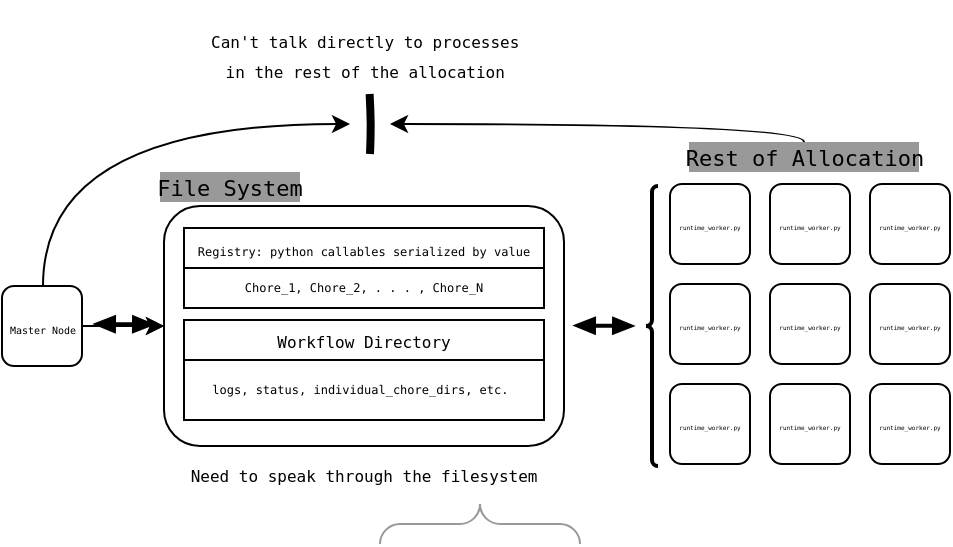
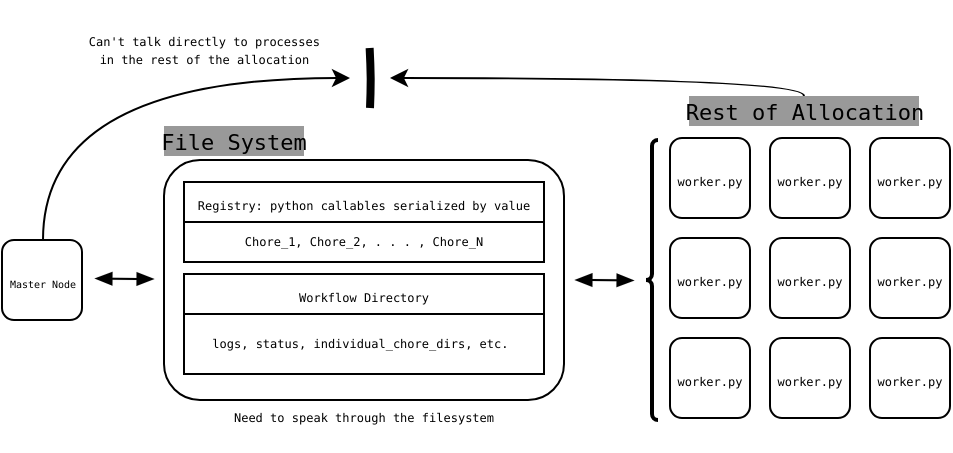
<mxfile host="app.diagrams.net">
  <diagram name="Page-1" id="srKzzdfPfRxAWec0XrL1">
-     <mxGraphModel dx="719" dy="487" grid="1" gridSize="10" guides="1" tooltips="1" connect="1" arrows="1" fold="1" page="1" pageScale="1" pageWidth="850" pageHeight="1100" background="light-dark(#FFFFFF,#FFFFFF)" math="0" shadow="0">
+     <mxGraphModel dx="679" dy="460" grid="1" gridSize="10" guides="1" tooltips="1" connect="1" arrows="1" fold="1" page="1" pageScale="1" pageWidth="850" pageHeight="1100" background="light-dark(#FFFFFF,#FFFFFF)" math="0" shadow="0">
      <root>
        <mxCell id="0" />
        <mxCell id="1" parent="0" />
-         <mxCell id="Becst2LBTz6YNq2Ue2FC-55" parent="1" style="verticalLabelPosition=bottom;shadow=0;dashed=0;align=center;html=1;verticalAlign=top;strokeWidth=1;shape=mxgraph.mockup.markup.curlyBrace;whiteSpace=wrap;strokeColor=light-dark(#999999,#FFFFFF);" value="" vertex="1">
-           <mxGeometry height="20" width="100" x="375" y="650" as="geometry" />
-         </mxCell>
        <mxCell id="Becst2LBTz6YNq2Ue2FC-52" parent="1" style="rounded=1;whiteSpace=wrap;html=1;fillColor=light-dark(#FFFFFF,#FFFFFF);strokeColor=light-dark(#000000,#1A1A1A);" value="" vertex="1">
          <mxGeometry height="120" width="200" x="267" y="501" as="geometry" />
-         </mxCell>
-         <mxCell id="Becst2LBTz6YNq2Ue2FC-62" edge="1" parent="1" source="Becst2LBTz6YNq2Ue2FC-56" style="edgeStyle=orthogonalEdgeStyle;rounded=0;orthogonalLoop=1;jettySize=auto;html=1;" target="Becst2LBTz6YNq2Ue2FC-52" value="">
-           <mxGeometry relative="1" as="geometry" />
-         </mxCell>
-         <mxCell id="Becst2LBTz6YNq2Ue2FC-63" edge="1" parent="1" source="Becst2LBTz6YNq2Ue2FC-56" style="edgeStyle=orthogonalEdgeStyle;rounded=0;orthogonalLoop=1;jettySize=auto;html=1;" target="Becst2LBTz6YNq2Ue2FC-52" value="">
-           <mxGeometry relative="1" as="geometry" />
        </mxCell>
        <mxCell id="Becst2LBTz6YNq2Ue2FC-56" parent="1" style="rounded=1;whiteSpace=wrap;html=1;fillColor=light-dark(#FFFFFF,#FFFFFF);strokeColor=light-dark(#000000,#1A1A1A);" value="" vertex="1">
          <mxGeometry height="40" width="40" x="186" y="541" as="geometry" />
        </mxCell>
        <mxCell id="Becst2LBTz6YNq2Ue2FC-60" edge="1" parent="1" style="endArrow=none;html=1;rounded=1;strokeColor=light-dark(#000000,#FF3333);strokeWidth=4;edgeStyle=orthogonalEdgeStyle;curved=0;" value="">
          <mxGeometry height="50" relative="1" width="50" as="geometry">
            <mxPoint x="370" y="475" as="sourcePoint" />
            <mxPoint x="369.82000000000005" y="445" as="targetPoint" />
          </mxGeometry>
        </mxCell>
-         <mxCell id="Becst2LBTz6YNq2Ue2FC-72" edge="1" parent="1" style="shape=flexArrow;endArrow=classic;startArrow=classic;html=1;rounded=0;strokeColor=light-dark(#000000,#00CC00);width=1;startSize=3;startWidth=6;endWidth=6;endSize=3;fillColor=light-dark(#000000,#00CC00);" value="">
+         <mxCell id="Becst2LBTz6YNq2Ue2FC-72" edge="1" parent="1" style="shape=flexArrow;endArrow=classic;startArrow=classic;html=1;rounded=0;strokeColor=light-dark(#000000,#00CC00);width=1;startSize=3;startWidth=6;endWidth=6;endSize=3;fillColor=light-dark(#000000,#00CC00);strokeWidth=0;" value="">
          <mxGeometry height="100" relative="1" width="100" as="geometry">
            <mxPoint x="472" y="560.7299999999999" as="sourcePoint" />
            <mxPoint x="502" y="561" as="targetPoint" />
          </mxGeometry>
        </mxCell>
        <mxCell id="Becst2LBTz6YNq2Ue2FC-74" parent="1" style="verticalLabelPosition=bottom;shadow=0;dashed=0;align=center;html=1;verticalAlign=top;strokeWidth=2;shape=mxgraph.mockup.markup.curlyBrace;whiteSpace=wrap;strokeColor=light-dark(#000000,#1A1A1A);rotation=-90;" value="" vertex="1">
          <mxGeometry height="6" width="140" x="441" y="558" as="geometry" />
        </mxCell>
-         <mxCell id="Becst2LBTz6YNq2Ue2FC-75" edge="1" parent="1" style="shape=flexArrow;endArrow=classic;startArrow=classic;html=1;rounded=0;strokeColor=light-dark(#000000,#00CC00);width=1;startSize=3;startWidth=6;endWidth=6;endSize=3;fillColor=light-dark(#000000,#00CC00);" value="">
+         <mxCell id="Becst2LBTz6YNq2Ue2FC-75" edge="1" parent="1" style="shape=flexArrow;endArrow=classic;startArrow=classic;html=1;rounded=0;strokeColor=light-dark(#000000,#00CC00);width=1;startSize=3;startWidth=6;endWidth=6;endSize=3;fillColor=light-dark(#000000,#00CC00);strokeWidth=0;" value="">
          <mxGeometry height="100" relative="1" width="100" as="geometry">
            <mxPoint x="232" y="560" as="sourcePoint" />
            <mxPoint x="262" y="560.2700000000001" as="targetPoint" />
          </mxGeometry>
        </mxCell>
        <mxCell id="Becst2LBTz6YNq2Ue2FC-78" parent="1" style="text;html=1;whiteSpace=wrap;strokeColor=none;fillColor=light-dark(#999999,transparent);align=center;verticalAlign=middle;rounded=0;" value="&lt;pre&gt;&lt;font style=&quot;color: light-dark(rgb(0, 0, 0), rgb(0, 0, 0)); font-size: 11px;&quot;&gt;File System&lt;/font&gt;&lt;/pre&gt;" vertex="1">
-           <mxGeometry height="15" width="70" x="265" y="484" as="geometry" />
+           <mxGeometry height="15" width="70" x="267" y="484" as="geometry" />
        </mxCell>
        <mxCell id="Becst2LBTz6YNq2Ue2FC-85" parent="1" style="swimlane;fontStyle=0;childLayout=stackLayout;horizontal=1;startSize=20;horizontalStack=0;resizeParent=1;resizeParentMax=0;resizeLast=0;collapsible=1;marginBottom=0;whiteSpace=wrap;html=1;fillColor=light-dark(#FFFFFF,#FFFFFF);strokeColor=light-dark(#000000,#000000);align=center;" value="&lt;pre&gt;&lt;font style=&quot;color: light-dark(rgb(0, 0, 0), rgb(0, 0, 0)); line-height: 0%; font-size: 6px;&quot;&gt;Registry: python callables serialized by value&lt;/font&gt;&lt;/pre&gt;" vertex="1">
          <mxGeometry height="40" width="180" x="277" y="512" as="geometry">
            <mxRectangle height="30" width="200" x="375" y="473" as="alternateBounds" />
          </mxGeometry>
        </mxCell>
-         <mxCell id="Becst2LBTz6YNq2Ue2FC-93" parent="1" style="swimlane;fontStyle=0;childLayout=stackLayout;horizontal=1;startSize=20;horizontalStack=0;resizeParent=1;resizeParentMax=0;resizeLast=0;collapsible=1;marginBottom=0;whiteSpace=wrap;html=1;fillColor=light-dark(#FFFFFF,#FFFFFF);strokeColor=light-dark(#000000,#000000);align=center;" value="&lt;pre&gt;&lt;font style=&quot;color: light-dark(rgb(0, 0, 0), rgb(0, 0, 0)); font-size: 8px;&quot;&gt;Workflow Directory&lt;/font&gt;&lt;/pre&gt;" vertex="1">
+         <mxCell id="Becst2LBTz6YNq2Ue2FC-93" parent="1" style="swimlane;fontStyle=0;childLayout=stackLayout;horizontal=1;startSize=20;horizontalStack=0;resizeParent=1;resizeParentMax=0;resizeLast=0;collapsible=1;marginBottom=0;whiteSpace=wrap;html=1;fillColor=light-dark(#FFFFFF,#FFFFFF);strokeColor=light-dark(#000000,#000000);align=center;" value="&lt;pre&gt;&lt;font style=&quot;color: light-dark(rgb(0, 0, 0), rgb(0, 0, 0)); font-size: 6px;&quot;&gt;Workflow Directory&lt;/font&gt;&lt;/pre&gt;" vertex="1">
          <mxGeometry height="50" width="180" x="277" y="558" as="geometry">
            <mxRectangle height="30" width="200" x="375" y="473" as="alternateBounds" />
          </mxGeometry>
        </mxCell>
        <mxCell id="Becst2LBTz6YNq2Ue2FC-96" parent="1" style="text;html=1;whiteSpace=wrap;strokeColor=none;fillColor=none;align=center;verticalAlign=middle;rounded=0;textDirection=ltr;" value="&lt;pre&gt;&lt;font style=&quot;color: light-dark(rgb(0, 0, 0), rgb(0, 0, 0)); font-size: 6px;&quot;&gt;logs, status, individual_chore_dirs, etc.&amp;nbsp;&lt;/font&gt;&lt;/pre&gt;" vertex="1">
          <mxGeometry height="30" width="160" x="287" y="576" as="geometry" />
        </mxCell>
-         <mxCell id="RORCqpFKiqUQRN4vatp6-34" edge="1" parent="1" source="Becst2LBTz6YNq2Ue2FC-98" style="edgeStyle=orthogonalEdgeStyle;rounded=0;orthogonalLoop=1;jettySize=auto;html=1;exitX=0.5;exitY=0;exitDx=0;exitDy=0;curved=1;strokeColor=light-dark(#000000,#000000);">
+         <mxCell id="RORCqpFKiqUQRN4vatp6-34" edge="1" parent="1" source="Becst2LBTz6YNq2Ue2FC-98" style="edgeStyle=orthogonalEdgeStyle;rounded=0;orthogonalLoop=1;jettySize=auto;html=1;exitX=0.5;exitY=0;exitDx=0;exitDy=0;curved=1;strokeColor=light-dark(#000000,#000000);strokeWidth=1;">
          <mxGeometry relative="1" as="geometry">
            <Array as="points">
              <mxPoint x="587" y="460" />
            </Array>
            <mxPoint x="380" y="460" as="targetPoint" />
          </mxGeometry>
        </mxCell>
        <mxCell id="Becst2LBTz6YNq2Ue2FC-98" parent="1" style="text;html=1;whiteSpace=wrap;strokeColor=none;fillColor=light-dark(#999999,transparent);align=center;verticalAlign=middle;rounded=0;" value="&lt;pre&gt;&lt;font style=&quot;color: light-dark(rgb(0, 0, 0), rgb(0, 0, 0)); font-size: 11px;&quot;&gt;Rest of Allocation&lt;/font&gt;&lt;/pre&gt;" vertex="1">
          <mxGeometry height="15" width="115" x="529.5" y="469" as="geometry" />
        </mxCell>
        <mxCell id="RORCqpFKiqUQRN4vatp6-33" edge="1" parent="1" source="RORCqpFKiqUQRN4vatp6-28" style="edgeStyle=orthogonalEdgeStyle;rounded=0;orthogonalLoop=1;jettySize=auto;html=1;exitX=0.5;exitY=0;exitDx=0;exitDy=0;curved=1;fontColor=light-dark(#000000,#000000);strokeWidth=1;strokeColor=light-dark(#000000,#000000);">
          <mxGeometry relative="1" as="geometry">
            <Array as="points">
              <mxPoint x="207" y="460" />
            </Array>
            <mxPoint x="360" y="460" as="targetPoint" />
          </mxGeometry>
        </mxCell>
        <mxCell id="RORCqpFKiqUQRN4vatp6-28" parent="1" style="text;html=1;whiteSpace=wrap;strokeColor=none;fillColor=none;align=center;verticalAlign=middle;rounded=0;labelPosition=center;verticalLabelPosition=middle;" value="&lt;pre style=&quot;line-height: 100%;&quot;&gt;&lt;font style=&quot;color: light-dark(rgb(0, 0, 0), rgb(0, 0, 0)); line-height: 0%; font-size: 5px;&quot;&gt;Master Node&lt;/font&gt;&lt;/pre&gt;" vertex="1">
          <mxGeometry height="38" width="39" x="187" y="541" as="geometry" />
        </mxCell>
        <mxCell id="RORCqpFKiqUQRN4vatp6-29" connectable="0" parent="1" style="group" value="" vertex="1">
          <mxGeometry height="140" width="140" x="520" y="490" as="geometry" />
        </mxCell>
        <mxCell id="RORCqpFKiqUQRN4vatp6-5" connectable="0" parent="RORCqpFKiqUQRN4vatp6-29" style="group" value="" vertex="1">
          <mxGeometry height="40" width="40" as="geometry" />
        </mxCell>
        <mxCell id="RORCqpFKiqUQRN4vatp6-1" parent="RORCqpFKiqUQRN4vatp6-5" style="rounded=1;whiteSpace=wrap;html=1;fillColor=light-dark(#FFFFFF,#FFFFFF);strokeColor=light-dark(#000000,#1A1A1A);" value="" vertex="1">
          <mxGeometry height="40" width="40" as="geometry" />
        </mxCell>
-         <mxCell id="RORCqpFKiqUQRN4vatp6-2" parent="RORCqpFKiqUQRN4vatp6-5" style="text;html=1;whiteSpace=wrap;strokeColor=none;fillColor=none;align=center;verticalAlign=middle;rounded=0;" value="&lt;pre style=&quot;line-height: 0%;&quot;&gt;&lt;font style=&quot;color: light-dark(rgb(0, 0, 0), rgb(0, 0, 0));&quot;&gt;&lt;font style=&quot;font-size: 3px;&quot;&gt;runtime_worker.py&lt;br&gt;&lt;/font&gt;&lt;br&gt;&lt;/font&gt;&lt;/pre&gt;" vertex="1">
+         <mxCell id="RORCqpFKiqUQRN4vatp6-2" parent="RORCqpFKiqUQRN4vatp6-5" style="text;html=1;whiteSpace=wrap;strokeColor=none;fillColor=none;align=center;verticalAlign=middle;rounded=0;" value="&lt;pre style=&quot;line-height: 0%;&quot;&gt;&lt;font style=&quot;font-size: 6px;&quot;&gt;worker.py&lt;/font&gt;&lt;/pre&gt;" vertex="1">
          <mxGeometry height="40" width="40" as="geometry" />
        </mxCell>
        <mxCell id="RORCqpFKiqUQRN4vatp6-6" connectable="0" parent="RORCqpFKiqUQRN4vatp6-29" style="group" value="" vertex="1">
          <mxGeometry height="40" width="40" x="50" as="geometry" />
        </mxCell>
        <mxCell id="RORCqpFKiqUQRN4vatp6-3" parent="RORCqpFKiqUQRN4vatp6-6" style="rounded=1;whiteSpace=wrap;html=1;fillColor=light-dark(#FFFFFF,#FFFFFF);strokeColor=light-dark(#000000,#1A1A1A);" value="" vertex="1">
          <mxGeometry height="40" width="40" as="geometry" />
        </mxCell>
-         <mxCell id="RORCqpFKiqUQRN4vatp6-4" parent="RORCqpFKiqUQRN4vatp6-6" style="text;html=1;whiteSpace=wrap;strokeColor=none;fillColor=none;align=center;verticalAlign=middle;rounded=0;" value="&lt;pre style=&quot;line-height: 0%;&quot;&gt;&lt;font style=&quot;color: light-dark(rgb(0, 0, 0), rgb(0, 0, 0));&quot;&gt;&lt;font style=&quot;font-size: 3px;&quot;&gt;runtime_worker.py&lt;br&gt;&lt;/font&gt;&lt;br&gt;&lt;/font&gt;&lt;/pre&gt;" vertex="1">
+         <mxCell id="RORCqpFKiqUQRN4vatp6-4" parent="RORCqpFKiqUQRN4vatp6-6" style="text;html=1;whiteSpace=wrap;strokeColor=none;fillColor=none;align=center;verticalAlign=middle;rounded=0;" value="&lt;pre style=&quot;line-height: 0%;&quot;&gt;&lt;font style=&quot;color: light-dark(rgb(0, 0, 0), rgb(0, 0, 0)); font-size: 6px;&quot;&gt;worker.py&lt;/font&gt;&lt;/pre&gt;" vertex="1">
          <mxGeometry height="40" width="40" as="geometry" />
        </mxCell>
        <mxCell id="RORCqpFKiqUQRN4vatp6-7" connectable="0" parent="RORCqpFKiqUQRN4vatp6-29" style="group" value="" vertex="1">
          <mxGeometry height="40" width="40" x="100" as="geometry" />
        </mxCell>
        <mxCell id="RORCqpFKiqUQRN4vatp6-8" parent="RORCqpFKiqUQRN4vatp6-7" style="rounded=1;whiteSpace=wrap;html=1;fillColor=light-dark(#FFFFFF,#FFFFFF);strokeColor=light-dark(#000000,#1A1A1A);" value="" vertex="1">
          <mxGeometry height="40" width="40" as="geometry" />
        </mxCell>
-         <mxCell id="RORCqpFKiqUQRN4vatp6-9" parent="RORCqpFKiqUQRN4vatp6-7" style="text;html=1;whiteSpace=wrap;strokeColor=none;fillColor=none;align=center;verticalAlign=middle;rounded=0;" value="&lt;pre style=&quot;line-height: 0%;&quot;&gt;&lt;font style=&quot;color: light-dark(rgb(0, 0, 0), rgb(0, 0, 0));&quot;&gt;&lt;font style=&quot;font-size: 3px;&quot;&gt;runtime_worker.py&lt;br&gt;&lt;/font&gt;&lt;br&gt;&lt;/font&gt;&lt;/pre&gt;" vertex="1">
+         <mxCell id="RORCqpFKiqUQRN4vatp6-9" parent="RORCqpFKiqUQRN4vatp6-7" style="text;html=1;whiteSpace=wrap;strokeColor=none;fillColor=none;align=center;verticalAlign=middle;rounded=0;" value="&lt;pre style=&quot;line-height: 0%;&quot;&gt;&lt;font style=&quot;color: light-dark(rgb(0, 0, 0), rgb(0, 0, 0)); font-size: 6px;&quot;&gt;worker.py&lt;/font&gt;&lt;/pre&gt;" vertex="1">
          <mxGeometry height="40" width="40" as="geometry" />
        </mxCell>
        <mxCell id="RORCqpFKiqUQRN4vatp6-10" connectable="0" parent="RORCqpFKiqUQRN4vatp6-29" style="group" value="" vertex="1">
          <mxGeometry height="40" width="40" y="50" as="geometry" />
        </mxCell>
        <mxCell id="RORCqpFKiqUQRN4vatp6-11" parent="RORCqpFKiqUQRN4vatp6-10" style="rounded=1;whiteSpace=wrap;html=1;fillColor=light-dark(#FFFFFF,#FFFFFF);strokeColor=light-dark(#000000,#1A1A1A);" value="" vertex="1">
          <mxGeometry height="40" width="40" as="geometry" />
        </mxCell>
-         <mxCell id="RORCqpFKiqUQRN4vatp6-12" parent="RORCqpFKiqUQRN4vatp6-10" style="text;html=1;whiteSpace=wrap;strokeColor=none;fillColor=none;align=center;verticalAlign=middle;rounded=0;" value="&lt;pre style=&quot;line-height: 0%;&quot;&gt;&lt;font style=&quot;color: light-dark(rgb(0, 0, 0), rgb(0, 0, 0));&quot;&gt;&lt;font style=&quot;font-size: 3px;&quot;&gt;runtime_worker.py&lt;br&gt;&lt;/font&gt;&lt;br&gt;&lt;/font&gt;&lt;/pre&gt;" vertex="1">
+         <mxCell id="RORCqpFKiqUQRN4vatp6-12" parent="RORCqpFKiqUQRN4vatp6-10" style="text;html=1;whiteSpace=wrap;strokeColor=none;fillColor=none;align=center;verticalAlign=middle;rounded=0;" value="&lt;pre style=&quot;line-height: 0%;&quot;&gt;&lt;font style=&quot;color: light-dark(rgb(0, 0, 0), rgb(0, 0, 0)); font-size: 6px;&quot;&gt;worker.py&lt;/font&gt;&lt;/pre&gt;" vertex="1">
          <mxGeometry height="40" width="40" as="geometry" />
        </mxCell>
        <mxCell id="RORCqpFKiqUQRN4vatp6-13" connectable="0" parent="RORCqpFKiqUQRN4vatp6-29" style="group" value="" vertex="1">
          <mxGeometry height="40" width="40" x="50" y="50" as="geometry" />
        </mxCell>
        <mxCell id="RORCqpFKiqUQRN4vatp6-14" parent="RORCqpFKiqUQRN4vatp6-13" style="rounded=1;whiteSpace=wrap;html=1;fillColor=light-dark(#FFFFFF,#FFFFFF);strokeColor=light-dark(#000000,#1A1A1A);" value="" vertex="1">
          <mxGeometry height="40" width="40" as="geometry" />
        </mxCell>
-         <mxCell id="RORCqpFKiqUQRN4vatp6-15" parent="RORCqpFKiqUQRN4vatp6-13" style="text;html=1;whiteSpace=wrap;strokeColor=none;fillColor=none;align=center;verticalAlign=middle;rounded=0;" value="&lt;pre style=&quot;line-height: 0%;&quot;&gt;&lt;font style=&quot;color: light-dark(rgb(0, 0, 0), rgb(0, 0, 0));&quot;&gt;&lt;font style=&quot;font-size: 3px;&quot;&gt;runtime_worker.py&lt;br&gt;&lt;/font&gt;&lt;br&gt;&lt;/font&gt;&lt;/pre&gt;" vertex="1">
+         <mxCell id="RORCqpFKiqUQRN4vatp6-15" parent="RORCqpFKiqUQRN4vatp6-13" style="text;html=1;whiteSpace=wrap;strokeColor=none;fillColor=none;align=center;verticalAlign=middle;rounded=0;" value="&lt;pre style=&quot;line-height: 0%;&quot;&gt;&lt;font style=&quot;color: light-dark(rgb(0, 0, 0), rgb(0, 0, 0)); font-size: 6px;&quot;&gt;worker.py&lt;/font&gt;&lt;/pre&gt;" vertex="1">
          <mxGeometry height="40" width="40" as="geometry" />
        </mxCell>
        <mxCell id="RORCqpFKiqUQRN4vatp6-16" connectable="0" parent="RORCqpFKiqUQRN4vatp6-29" style="group" value="" vertex="1">
          <mxGeometry height="40" width="40" x="100" y="50" as="geometry" />
        </mxCell>
        <mxCell id="RORCqpFKiqUQRN4vatp6-17" parent="RORCqpFKiqUQRN4vatp6-16" style="rounded=1;whiteSpace=wrap;html=1;fillColor=light-dark(#FFFFFF,#FFFFFF);strokeColor=light-dark(#000000,#1A1A1A);" value="" vertex="1">
          <mxGeometry height="40" width="40" as="geometry" />
        </mxCell>
-         <mxCell id="RORCqpFKiqUQRN4vatp6-18" parent="RORCqpFKiqUQRN4vatp6-16" style="text;html=1;whiteSpace=wrap;strokeColor=none;fillColor=none;align=center;verticalAlign=middle;rounded=0;" value="&lt;pre style=&quot;line-height: 0%;&quot;&gt;&lt;font style=&quot;color: light-dark(rgb(0, 0, 0), rgb(0, 0, 0));&quot;&gt;&lt;font style=&quot;font-size: 3px;&quot;&gt;runtime_worker.py&lt;br&gt;&lt;/font&gt;&lt;br&gt;&lt;/font&gt;&lt;/pre&gt;" vertex="1">
+         <mxCell id="RORCqpFKiqUQRN4vatp6-18" parent="RORCqpFKiqUQRN4vatp6-16" style="text;html=1;whiteSpace=wrap;strokeColor=none;fillColor=none;align=center;verticalAlign=middle;rounded=0;" value="&lt;pre style=&quot;line-height: 0%;&quot;&gt;&lt;font style=&quot;color: light-dark(rgb(0, 0, 0), rgb(0, 0, 0)); font-size: 6px;&quot;&gt;worker.py&lt;/font&gt;&lt;/pre&gt;" vertex="1">
          <mxGeometry height="40" width="40" as="geometry" />
        </mxCell>
        <mxCell id="RORCqpFKiqUQRN4vatp6-19" connectable="0" parent="RORCqpFKiqUQRN4vatp6-29" style="group" value="" vertex="1">
          <mxGeometry height="40" width="40" y="100" as="geometry" />
        </mxCell>
        <mxCell id="RORCqpFKiqUQRN4vatp6-20" parent="RORCqpFKiqUQRN4vatp6-19" style="rounded=1;whiteSpace=wrap;html=1;fillColor=light-dark(#FFFFFF,#FFFFFF);strokeColor=light-dark(#000000,#1A1A1A);" value="" vertex="1">
          <mxGeometry height="40" width="40" as="geometry" />
        </mxCell>
-         <mxCell id="RORCqpFKiqUQRN4vatp6-21" parent="RORCqpFKiqUQRN4vatp6-19" style="text;html=1;whiteSpace=wrap;strokeColor=none;fillColor=none;align=center;verticalAlign=middle;rounded=0;" value="&lt;pre style=&quot;line-height: 0%;&quot;&gt;&lt;font style=&quot;color: light-dark(rgb(0, 0, 0), rgb(0, 0, 0));&quot;&gt;&lt;font style=&quot;font-size: 3px;&quot;&gt;runtime_worker.py&lt;br&gt;&lt;/font&gt;&lt;br&gt;&lt;/font&gt;&lt;/pre&gt;" vertex="1">
+         <mxCell id="RORCqpFKiqUQRN4vatp6-21" parent="RORCqpFKiqUQRN4vatp6-19" style="text;html=1;whiteSpace=wrap;strokeColor=none;fillColor=none;align=center;verticalAlign=middle;rounded=0;" value="&lt;pre style=&quot;line-height: 0%;&quot;&gt;&lt;font style=&quot;color: light-dark(rgb(0, 0, 0), rgb(0, 0, 0)); font-size: 6px;&quot;&gt;worker.py&lt;/font&gt;&lt;/pre&gt;" vertex="1">
          <mxGeometry height="40" width="40" as="geometry" />
        </mxCell>
        <mxCell id="RORCqpFKiqUQRN4vatp6-22" connectable="0" parent="RORCqpFKiqUQRN4vatp6-29" style="group" value="" vertex="1">
          <mxGeometry height="40" width="40" x="50" y="100" as="geometry" />
        </mxCell>
        <mxCell id="RORCqpFKiqUQRN4vatp6-23" parent="RORCqpFKiqUQRN4vatp6-22" style="rounded=1;whiteSpace=wrap;html=1;fillColor=light-dark(#FFFFFF,#FFFFFF);strokeColor=light-dark(#000000,#1A1A1A);" value="" vertex="1">
          <mxGeometry height="40" width="40" as="geometry" />
        </mxCell>
-         <mxCell id="RORCqpFKiqUQRN4vatp6-24" parent="RORCqpFKiqUQRN4vatp6-22" style="text;html=1;whiteSpace=wrap;strokeColor=none;fillColor=none;align=center;verticalAlign=middle;rounded=0;" value="&lt;pre style=&quot;line-height: 0%;&quot;&gt;&lt;font style=&quot;color: light-dark(rgb(0, 0, 0), rgb(0, 0, 0));&quot;&gt;&lt;font style=&quot;font-size: 3px;&quot;&gt;runtime_worker.py&lt;br&gt;&lt;/font&gt;&lt;br&gt;&lt;/font&gt;&lt;/pre&gt;" vertex="1">
+         <mxCell id="RORCqpFKiqUQRN4vatp6-24" parent="RORCqpFKiqUQRN4vatp6-22" style="text;html=1;whiteSpace=wrap;strokeColor=none;fillColor=none;align=center;verticalAlign=middle;rounded=0;" value="&lt;pre style=&quot;line-height: 0%;&quot;&gt;&lt;font style=&quot;color: light-dark(rgb(0, 0, 0), rgb(0, 0, 0)); font-size: 6px;&quot;&gt;worker.py&lt;/font&gt;&lt;/pre&gt;" vertex="1">
          <mxGeometry height="40" width="40" as="geometry" />
        </mxCell>
        <mxCell id="RORCqpFKiqUQRN4vatp6-25" connectable="0" parent="RORCqpFKiqUQRN4vatp6-29" style="group" value="" vertex="1">
          <mxGeometry height="40" width="40" x="100" y="100" as="geometry" />
        </mxCell>
        <mxCell id="RORCqpFKiqUQRN4vatp6-26" parent="RORCqpFKiqUQRN4vatp6-25" style="rounded=1;whiteSpace=wrap;html=1;fillColor=light-dark(#FFFFFF,#FFFFFF);strokeColor=light-dark(#000000,#1A1A1A);" value="" vertex="1">
          <mxGeometry height="40" width="40" as="geometry" />
        </mxCell>
-         <mxCell id="RORCqpFKiqUQRN4vatp6-27" parent="RORCqpFKiqUQRN4vatp6-25" style="text;html=1;whiteSpace=wrap;strokeColor=none;fillColor=none;align=center;verticalAlign=middle;rounded=0;" value="&lt;pre style=&quot;line-height: 0%;&quot;&gt;&lt;font style=&quot;color: light-dark(rgb(0, 0, 0), rgb(0, 0, 0));&quot;&gt;&lt;font style=&quot;font-size: 3px;&quot;&gt;runtime_worker.py&lt;br&gt;&lt;/font&gt;&lt;br&gt;&lt;/font&gt;&lt;/pre&gt;" vertex="1">
+         <mxCell id="RORCqpFKiqUQRN4vatp6-27" parent="RORCqpFKiqUQRN4vatp6-25" style="text;html=1;whiteSpace=wrap;strokeColor=none;fillColor=none;align=center;verticalAlign=middle;rounded=0;" value="&lt;pre style=&quot;line-height: 0%;&quot;&gt;&lt;font style=&quot;color: light-dark(rgb(0, 0, 0), rgb(0, 0, 0)); font-size: 6px;&quot;&gt;worker.py&lt;/font&gt;&lt;/pre&gt;" vertex="1">
          <mxGeometry height="40" width="40" as="geometry" />
        </mxCell>
        <mxCell id="RORCqpFKiqUQRN4vatp6-32" parent="1" style="text;html=1;whiteSpace=wrap;strokeColor=none;fillColor=none;align=center;verticalAlign=middle;rounded=0;textDirection=ltr;" value="&lt;pre&gt;&lt;font style=&quot;color: light-dark(rgb(0, 0, 0), rgb(0, 0, 0));&quot;&gt;&lt;span style=&quot;font-size: 6px;&quot;&gt;Chore_1, Chore_2, . . . , Chore_N&lt;/span&gt;&lt;/font&gt;&lt;/pre&gt;" vertex="1">
          <mxGeometry height="20" width="160" x="287" y="530" as="geometry" />
        </mxCell>
-         <mxCell id="RORCqpFKiqUQRN4vatp6-37" parent="1" style="text;html=1;whiteSpace=wrap;strokeColor=none;fillColor=none;align=center;verticalAlign=middle;rounded=0;" value="&lt;pre&gt;&lt;font style=&quot;color: light-dark(rgb(0, 0, 0), rgb(0, 0, 0)); line-height: 0%; font-size: 8px;&quot;&gt;Can&#39;t talk directly to processes &lt;br&gt;in the rest of the allocation&amp;nbsp;&lt;/font&gt;&lt;/pre&gt;" vertex="1">
-           <mxGeometry height="30" width="70" x="335" y="410" as="geometry" />
+         <mxCell id="RORCqpFKiqUQRN4vatp6-40" parent="1" style="text;html=1;whiteSpace=wrap;strokeColor=none;fillColor=none;align=center;verticalAlign=middle;rounded=0;" value="&lt;pre&gt;&lt;font style=&quot;color: light-dark(rgb(0, 0, 0), rgb(0, 0, 0)); line-height: 0%; font-size: 6px;&quot;&gt;Need to speak through the filesystem&lt;/font&gt;&lt;/pre&gt;" vertex="1">
+           <mxGeometry height="11" width="136" x="299" y="622" as="geometry" />
        </mxCell>
-         <mxCell id="RORCqpFKiqUQRN4vatp6-40" parent="1" style="text;html=1;whiteSpace=wrap;strokeColor=none;fillColor=none;align=center;verticalAlign=middle;rounded=0;" value="&lt;pre&gt;&lt;font style=&quot;color: light-dark(rgb(0, 0, 0), rgb(0, 0, 0)); line-height: 0%; font-size: 8px;&quot;&gt;Need to speak through the filesystem&lt;/font&gt;&lt;/pre&gt;" vertex="1">
-           <mxGeometry height="30" width="70" x="332" y="620" as="geometry" />
+         <mxCell id="4fXL_VgZo31Vtxo2UTNC-4" connectable="0" parent="1" style="group" value="" vertex="1">
+           <mxGeometry height="24" width="124" x="227" y="430" as="geometry" />
+         </mxCell>
+         <mxCell id="RORCqpFKiqUQRN4vatp6-37" parent="4fXL_VgZo31Vtxo2UTNC-4" style="text;html=1;whiteSpace=wrap;strokeColor=none;fillColor=none;align=center;verticalAlign=middle;rounded=0;" value="&lt;pre&gt;&lt;font style=&quot;color: light-dark(rgb(0, 0, 0), rgb(0, 0, 0)); line-height: 0%; font-size: 6px;&quot;&gt;Can&#39;t talk directly to processes &lt;br&gt;&lt;/font&gt;&lt;/pre&gt;" vertex="1">
+           <mxGeometry height="20" width="124" as="geometry" />
+         </mxCell>
+         <mxCell id="4fXL_VgZo31Vtxo2UTNC-3" parent="4fXL_VgZo31Vtxo2UTNC-4" style="text;html=1;whiteSpace=wrap;strokeColor=none;fillColor=none;align=center;verticalAlign=middle;rounded=0;" value="&lt;pre&gt;&lt;font style=&quot;color: light-dark(rgb(0, 0, 0), rgb(0, 0, 0)); line-height: 0px; font-size: 6px;&quot;&gt;in the rest of the allocation&amp;nbsp;&lt;/font&gt;&lt;/pre&gt;" vertex="1">
+           <mxGeometry height="10" width="110" x="7" y="14" as="geometry" />
        </mxCell>
      </root>
    </mxGraphModel>
  </diagram>
</mxfile>
